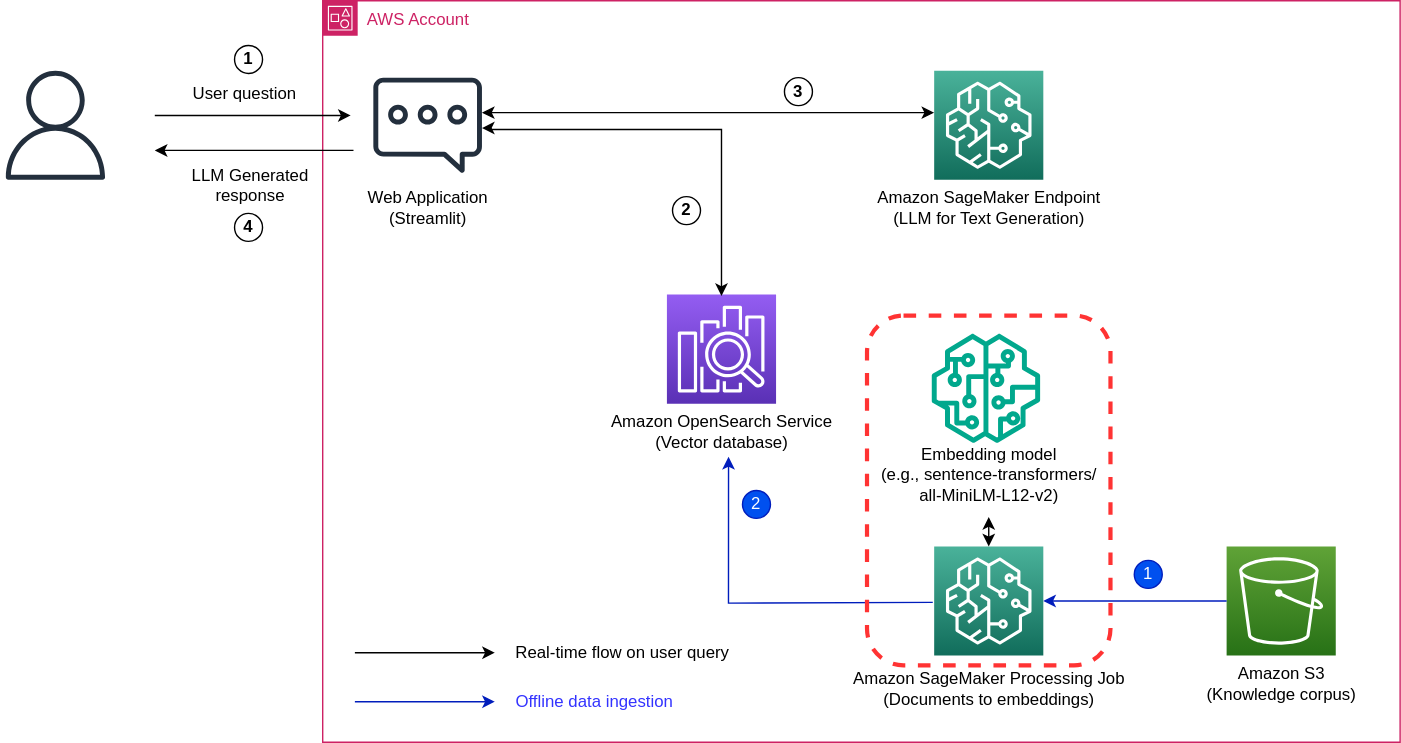
Earlier version of the draw.io export cdk_stacks/rag_with_opensearch_arch.svg (ksmin23/rag-with-haystack-and-amazon-opensearch). Source tidied: cells renumbered, new cells last; positions are measured from the earlier drawing's top-left corner, leaving out a move shared by most shapes.
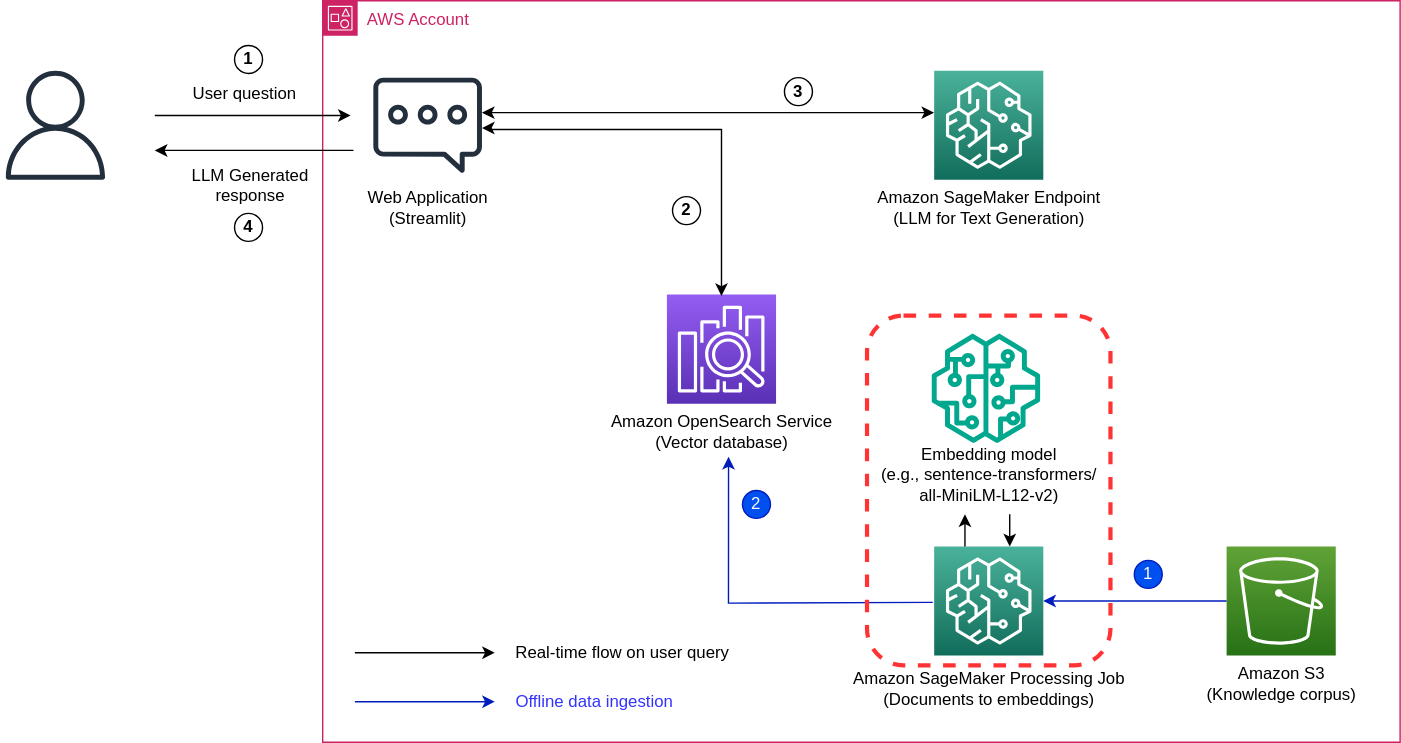
After the change.

Commit message:
update architecture diagram

What changed in the source:
```diff
@@ -126,10 +126,17 @@
     <mxCell id="34" value="4" style="ellipse;whiteSpace=wrap;html=1;fontStyle=1;" parent="1" vertex="1">
       <mxGeometry x="167" y="152" width="20" height="20" as="geometry" />
     </mxCell>
-    <mxCell id="35" style="rounded=0;jettySize=auto;html=1;startArrow=classic;startFill=1;" parent="1" edge="1" source="31">
+    <mxCell id="35" style="rounded=0;orthogonalLoop=1;jettySize=auto;html=1;startArrow=classic;startFill=1;jumpSize=6;endSize=6;startSize=6;endArrow=none;endFill=0;" parent="1" edge="1">
       <mxGeometry relative="1" as="geometry">
-        <mxPoint x="706" y="390" as="targetPoint" />
+        <mxPoint x="689" y="367" as="sourcePoint" />
+        <mxPoint x="689" y="390" as="targetPoint" />
       </mxGeometry>
     </mxCell>
+    <mxCell id="36" style="rounded=0;orthogonalLoop=1;jettySize=auto;html=1;startArrow=none;startFill=0;jumpSize=6;endSize=6;startSize=6;" parent="1" edge="1">
+      <mxGeometry relative="1" as="geometry">
+        <mxPoint x="721" y="367" as="sourcePoint" />
+        <mxPoint x="721" y="390" as="targetPoint" />
+      </mxGeometry>
+    </mxCell>
   </root>
 </mxGraphModel>
```
